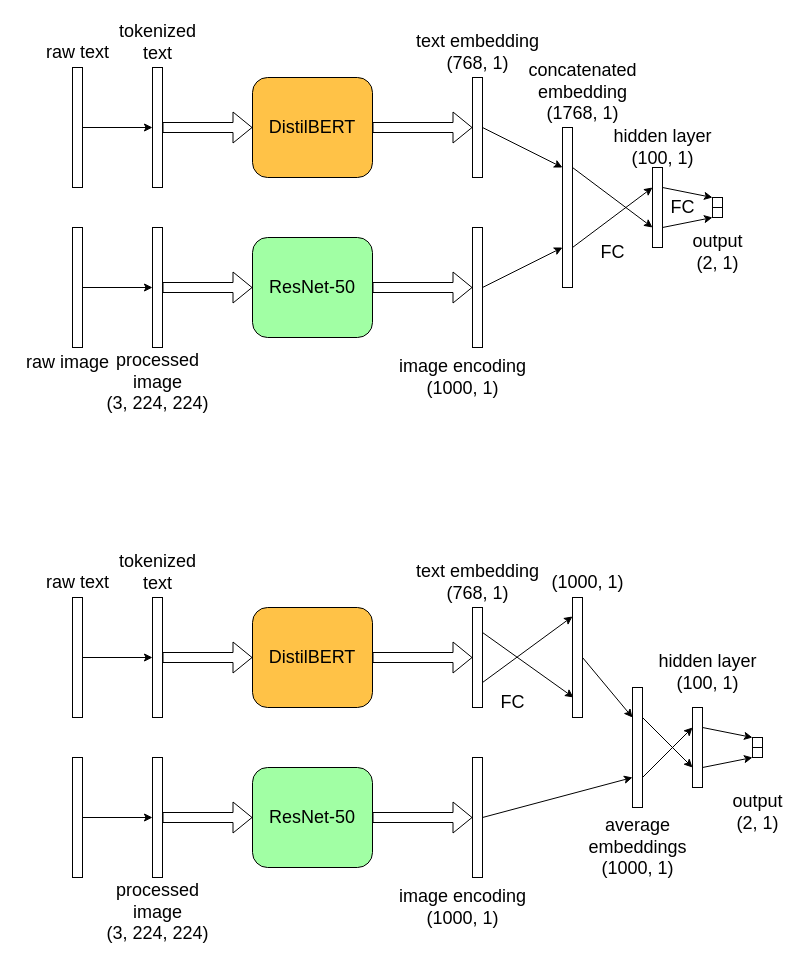
Before: page "Page-1" (1 of 2) of baseline_arch_cfn.drawio in a-sasikumar/image_caption_errors, a draw.io diagram. Source tidied: cells renumbered, new cells numbered last; positions are measured from the earlier drawing's top-left corner, leaving out a move shared by most shapes. Both pictures are drawn from the tidied source at 100%, with x=0, y=0 at pixel (17, 17).
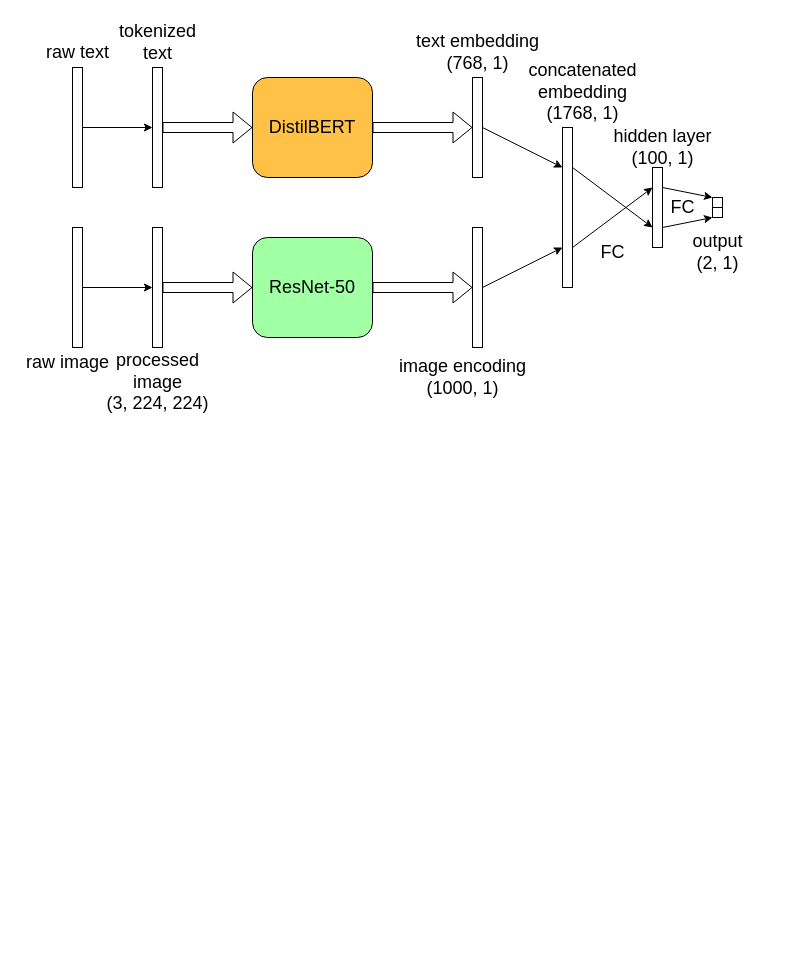
The same page after the edit.

Commit message:
moved to separate page.

Change to the diagram source:
```diff
@@
-    <mxCell id="36" style="rounded=0;whiteSpace=wrap;html=1;" parent="1" vertex="1">
-      <mxGeometry x="55" y="580" width="10" height="120" as="geometry" />
-    </mxCell>
-    <mxCell id="37" style="rounded=0;whiteSpace=wrap;html=1;" parent="1" vertex="1">
-      <mxGeometry x="55" y="740" width="10" height="120" as="geometry" />
-    </mxCell>
-    <mxCell id="38" style="rounded=0;whiteSpace=wrap;html=1;" parent="1" vertex="1">
-      <mxGeometry x="135" y="580" width="10" height="120" as="geometry" />
-    </mxCell>
-    <mxCell id="39" style="rounded=0;whiteSpace=wrap;html=1;" parent="1" vertex="1">
-      <mxGeometry x="135" y="740" width="10" height="120" as="geometry" />
-    </mxCell>
-    <mxCell id="40" value="&lt;font style=&quot;font-size: 18px&quot;&gt;DistilBERT&lt;/font&gt;" style="rounded=1;whiteSpace=wrap;html=1;fillColor=#FFC247;" parent="1" vertex="1">
-      <mxGeometry x="235" y="590" width="120" height="100" as="geometry" />
-    </mxCell>
-    <mxCell id="41" value="&lt;font style=&quot;font-size: 18px&quot;&gt;ResNet-50&lt;/font&gt;" style="rounded=1;whiteSpace=wrap;html=1;fillColor=#A1FFA4;" parent="1" vertex="1">
-      <mxGeometry x="235" y="750" width="120" height="100" as="geometry" />
-    </mxCell>
-    <mxCell id="42" style="rounded=0;whiteSpace=wrap;html=1;" parent="1" vertex="1">
-      <mxGeometry x="455" y="590" width="10" height="100" as="geometry" />
-    </mxCell>
-    <mxCell id="43" style="rounded=0;whiteSpace=wrap;html=1;" parent="1" vertex="1">
-      <mxGeometry x="455" y="740" width="10" height="120" as="geometry" />
-    </mxCell>
-    <mxCell id="44" style="edgeStyle=orthogonalEdgeStyle;rounded=0;orthogonalLoop=1;jettySize=auto;html=1;exitX=0.5;exitY=1;exitDx=0;exitDy=0;" parent="1" edge="1" source="42" target="42">
-      <mxGeometry relative="1" as="geometry" />
-    </mxCell>
-    <mxCell id="45" style="rounded=0;whiteSpace=wrap;html=1;" parent="1" vertex="1">
-      <mxGeometry x="675" y="690" width="10" height="80" as="geometry" />
-    </mxCell>
-    <mxCell id="46" style="rounded=0;whiteSpace=wrap;html=1;" parent="1" vertex="1">
-      <mxGeometry x="735" y="720" width="10" height="10" as="geometry" />
-    </mxCell>
-    <mxCell id="47" style="rounded=0;whiteSpace=wrap;html=1;" parent="1" vertex="1">
-      <mxGeometry x="735" y="730" width="10" height="10" as="geometry" />
-    </mxCell>
-    <mxCell id="48" style="shape=flexArrow;endArrow=classic;html=1;rounded=0;entryX=0;entryY=0.5;entryDx=0;entryDy=0;exitX=1;exitY=0.5;exitDx=0;exitDy=0;" parent="1" edge="1" source="38" target="40">
-      <mxGeometry relative="1" as="geometry" />
-    </mxCell>
-    <mxCell id="49" style="shape=flexArrow;endArrow=classic;html=1;rounded=0;entryX=0;entryY=0.5;entryDx=0;entryDy=0;exitX=1;exitY=0.5;exitDx=0;exitDy=0;" parent="1" edge="1" source="39" target="41">
-      <mxGeometry relative="1" as="geometry" />
-    </mxCell>
-    <mxCell id="50" style="shape=flexArrow;endArrow=classic;html=1;rounded=0;entryX=0;entryY=0.5;entryDx=0;entryDy=0;exitX=1;exitY=0.5;exitDx=0;exitDy=0;" parent="1" edge="1" source="40" target="42">
-      <mxGeometry relative="1" as="geometry" />
-    </mxCell>
-    <mxCell id="51" style="shape=flexArrow;endArrow=classic;html=1;rounded=0;entryX=0;entryY=0.5;entryDx=0;entryDy=0;exitX=1;exitY=0.5;exitDx=0;exitDy=0;" parent="1" edge="1" source="41" target="43">
-      <mxGeometry relative="1" as="geometry" />
-    </mxCell>
-    <mxCell id="52" style="endArrow=classic;html=1;rounded=0;exitX=1;exitY=0.5;exitDx=0;exitDy=0;entryX=0;entryY=0.5;entryDx=0;entryDy=0;" parent="1" edge="1" source="36" target="38">
-      <mxGeometry relative="1" as="geometry" />
-    </mxCell>
-    <mxCell id="53" style="endArrow=classic;html=1;rounded=0;exitX=1;exitY=0.5;exitDx=0;exitDy=0;entryX=0;entryY=0.5;entryDx=0;entryDy=0;" parent="1" edge="1" source="37" target="39">
-      <mxGeometry relative="1" as="geometry" />
-    </mxCell>
-    <mxCell id="54" style="endArrow=classic;html=1;rounded=0;entryX=0;entryY=0.75;entryDx=0;entryDy=0;exitX=1;exitY=0.25;exitDx=0;exitDy=0;" parent="1" edge="1" source="72" target="45">
-      <mxGeometry relative="1" as="geometry" />
-    </mxCell>
-    <mxCell id="55" style="endArrow=classic;html=1;rounded=0;entryX=0;entryY=0.25;entryDx=0;entryDy=0;exitX=1;exitY=0.75;exitDx=0;exitDy=0;" parent="1" edge="1" source="72" target="45">
-      <mxGeometry relative="1" as="geometry" />
-    </mxCell>
-    <mxCell id="56" style="endArrow=classic;html=1;rounded=0;entryX=0;entryY=0;entryDx=0;entryDy=0;exitX=1;exitY=0.25;exitDx=0;exitDy=0;" parent="1" edge="1" source="45" target="46">
-      <mxGeometry relative="1" as="geometry" />
-    </mxCell>
-    <mxCell id="57" style="endArrow=classic;html=1;rounded=0;entryX=0;entryY=1;entryDx=0;entryDy=0;exitX=1;exitY=0.75;exitDx=0;exitDy=0;" parent="1" edge="1" source="45" target="47">
-      <mxGeometry relative="1" as="geometry" />
-    </mxCell>
-    <mxCell id="58" value="raw text" style="text;html=1;align=center;verticalAlign=middle;strokeColor=none;fillColor=none;fontSize=18;rotation=0;" parent="1" vertex="1">
-      <mxGeometry x="20" y="550" width="80" height="30" as="geometry" />
-    </mxCell>
-    <mxCell id="59" value="&lt;div&gt;tokenized&lt;/div&gt;&lt;div&gt;text&lt;br&gt;&lt;/div&gt;" style="text;html=1;align=center;verticalAlign=middle;strokeColor=none;fillColor=none;fontSize=18;" parent="1" vertex="1">
-      <mxGeometry x="95" y="530" width="90" height="50" as="geometry" />
-    </mxCell>
-    <mxCell id="60" value="&lt;div&gt;processed&lt;br&gt;&lt;/div&gt;&lt;div&gt;image&lt;br&gt;&lt;/div&gt;&lt;div&gt;(3, 224, 224)&lt;br&gt;&lt;/div&gt;" style="text;html=1;align=center;verticalAlign=middle;strokeColor=none;fillColor=none;fontSize=18;" parent="1" vertex="1">
-      <mxGeometry x="80" y="860" width="120" height="70" as="geometry" />
-    </mxCell>
-    <mxCell id="61" value="&lt;div&gt;image encoding&lt;/div&gt;&lt;div&gt;(1000, 1)&lt;br&gt;&lt;/div&gt;" style="text;html=1;align=center;verticalAlign=middle;strokeColor=none;fillColor=none;fontSize=18;" parent="1" vertex="1">
-      <mxGeometry x="375" y="865" width="140" height="50" as="geometry" />
-    </mxCell>
-    <mxCell id="62" value="&lt;div&gt;text embedding&lt;/div&gt;&lt;div&gt;(768, 1)&lt;br&gt;&lt;/div&gt;" style="text;html=1;align=center;verticalAlign=middle;strokeColor=none;fillColor=none;fontSize=18;" parent="1" vertex="1">
-      <mxGeometry x="390" y="540" width="140" height="50" as="geometry" />
-    </mxCell>
-    <mxCell id="63" value="&lt;div&gt;hidden layer&lt;/div&gt;&lt;div&gt;(100, 1)&lt;br&gt;&lt;/div&gt;" style="text;html=1;align=center;verticalAlign=middle;strokeColor=none;fillColor=none;fontSize=18;" parent="1" vertex="1">
-      <mxGeometry x="635" y="630" width="110" height="50" as="geometry" />
-    </mxCell>
-    <mxCell id="64" value="&lt;div&gt;output&lt;/div&gt;&lt;div&gt;(2, 1)&lt;br&gt;&lt;/div&gt;" style="text;html=1;align=center;verticalAlign=middle;strokeColor=none;fillColor=none;fontSize=18;" parent="1" vertex="1">
-      <mxGeometry x="705" y="770" width="70" height="50" as="geometry" />
-    </mxCell>
-    <mxCell id="65" style="rounded=0;whiteSpace=wrap;html=1;" parent="1" vertex="1">
-      <mxGeometry x="555" y="580" width="10" height="120" as="geometry" />
-    </mxCell>
@@
-    <mxCell id="68" style="endArrow=classic;html=1;rounded=0;fontSize=18;entryX=0.1;entryY=0.833;entryDx=0;entryDy=0;entryPerimeter=0;exitX=1;exitY=0.25;exitDx=0;exitDy=0;" parent="1" edge="1" source="42" target="65">
-      <mxGeometry relative="1" as="geometry" />
-    </mxCell>
-    <mxCell id="69" style="endArrow=classic;html=1;rounded=0;fontSize=18;exitX=1;exitY=0.75;exitDx=0;exitDy=0;entryX=0;entryY=0.158;entryDx=0;entryDy=0;entryPerimeter=0;" parent="1" edge="1" source="42" target="65">
-      <mxGeometry relative="1" as="geometry" />
-    </mxCell>
-    <mxCell id="70" value="FC" style="text;html=1;align=center;verticalAlign=middle;strokeColor=none;fillColor=none;fontSize=18;" parent="1" vertex="1">
-      <mxGeometry x="475" y="670" width="40" height="30" as="geometry" />
-    </mxCell>
-    <mxCell id="71" value="(1000, 1)" style="text;html=1;align=center;verticalAlign=middle;strokeColor=none;fillColor=none;fontSize=18;" parent="1" vertex="1">
-      <mxGeometry x="525" y="550" width="90" height="30" as="geometry" />
-    </mxCell>
-    <mxCell id="72" style="rounded=0;whiteSpace=wrap;html=1;" parent="1" vertex="1">
-      <mxGeometry x="615" y="670" width="10" height="120" as="geometry" />
-    </mxCell>
-    <mxCell id="73" style="endArrow=classic;html=1;rounded=0;fontSize=18;entryX=0;entryY=0.25;entryDx=0;entryDy=0;exitX=1;exitY=0.5;exitDx=0;exitDy=0;" parent="1" edge="1" source="65" target="72">
-      <mxGeometry relative="1" as="geometry" />
-    </mxCell>
-    <mxCell id="74" style="endArrow=classic;html=1;rounded=0;fontSize=18;entryX=0;entryY=0.75;entryDx=0;entryDy=0;exitX=1;exitY=0.5;exitDx=0;exitDy=0;" parent="1" edge="1" source="43" target="72">
-      <mxGeometry relative="1" as="geometry" />
-    </mxCell>
-    <mxCell id="75" value="&lt;div&gt;average&lt;/div&gt;&lt;div&gt;embeddings&lt;/div&gt;&lt;div&gt;(1000, 1)&lt;br&gt;&lt;/div&gt;" style="text;html=1;align=center;verticalAlign=middle;strokeColor=none;fillColor=none;fontSize=18;" parent="1" vertex="1">
-      <mxGeometry x="565" y="795" width="110" height="70" as="geometry" />
-    </mxCell>
```
